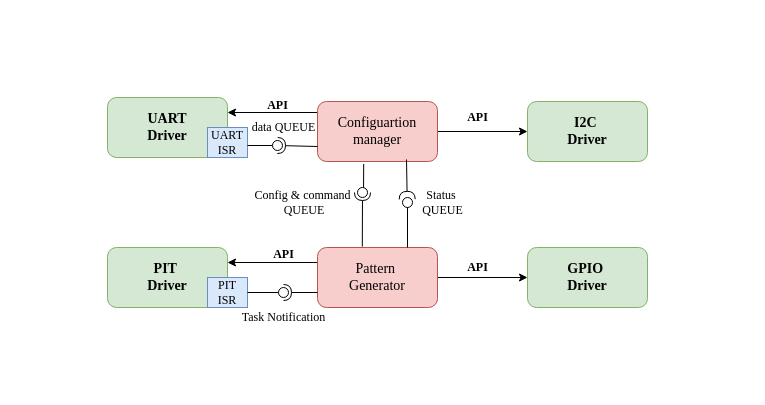
Before: page "Page-2" (2 of 2) of Aurora_block_diagram.drawio in francis-job/BLOCK_DIAGRAMS, a draw.io diagram. Source tidied: cells renumbered, new cells numbered last; positions are measured from the earlier drawing's top-left corner, leaving out a move shared by most shapes. Both pictures are drawn from the tidied source at 100%, with x=0, y=0 at pixel (107, 95).
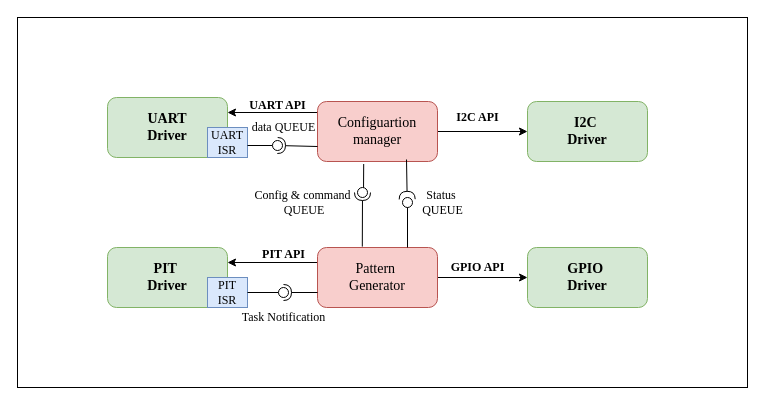
After the change.

What changed in the source:
```diff
@@
+    <mxCell id="35" style="rounded=0;whiteSpace=wrap;html=1;" parent="1" vertex="1">
+      <mxGeometry x="-90" y="-78" width="730" height="370" as="geometry" />
+    </mxCell>
@@
-    <mxCell id="31" value="&lt;b&gt;&lt;font face=&quot;Times New Roman&quot;&gt;API&lt;/font&gt;&lt;/b&gt;" style="text;html=1;align=center;verticalAlign=middle;" parent="1" vertex="1">
-      <mxGeometry x="150" width="40" height="20" as="geometry" />
+    <mxCell id="31" value="&lt;b&gt;&lt;font face=&quot;Times New Roman&quot;&gt;UART API&lt;/font&gt;&lt;/b&gt;" style="text;html=1;align=center;verticalAlign=middle;" parent="1" vertex="1">
+      <mxGeometry x="135" width="70" height="20" as="geometry" />
     </mxCell>
-    <mxCell id="32" value="&lt;b&gt;&lt;font face=&quot;Times New Roman&quot;&gt;API&lt;/font&gt;&lt;/b&gt;" style="text;html=1;align=center;verticalAlign=middle;" parent="1" vertex="1">
-      <mxGeometry x="350" y="12" width="40" height="20" as="geometry" />
+    <mxCell id="32" value="&lt;b&gt;&lt;font face=&quot;Times New Roman&quot;&gt;I2C API&lt;/font&gt;&lt;/b&gt;" style="text;html=1;align=center;verticalAlign=middle;" parent="1" vertex="1">
+      <mxGeometry x="340" y="12" width="60" height="20" as="geometry" />
     </mxCell>
-    <mxCell id="33" value="&lt;b&gt;&lt;font face=&quot;Times New Roman&quot;&gt;API&lt;/font&gt;&lt;/b&gt;" style="text;html=1;align=center;verticalAlign=middle;" parent="1" vertex="1">
-      <mxGeometry x="350" y="162" width="40" height="20" as="geometry" />
+    <mxCell id="33" value="&lt;b&gt;&lt;font face=&quot;Times New Roman&quot;&gt;GPIO API&lt;/font&gt;&lt;/b&gt;" style="text;html=1;align=center;verticalAlign=middle;" parent="1" vertex="1">
+      <mxGeometry x="335" y="162" width="70" height="20" as="geometry" />
     </mxCell>
-    <mxCell id="34" value="&lt;b&gt;&lt;font face=&quot;Times New Roman&quot;&gt;API&lt;/font&gt;&lt;/b&gt;" style="text;html=1;align=center;verticalAlign=middle;" parent="1" vertex="1">
-      <mxGeometry x="156" y="149" width="40" height="20" as="geometry" />
+    <mxCell id="34" value="&lt;b&gt;&lt;font face=&quot;Times New Roman&quot;&gt;PIT API&lt;/font&gt;&lt;/b&gt;" style="text;html=1;align=center;verticalAlign=middle;" parent="1" vertex="1">
+      <mxGeometry x="146" y="149" width="60" height="20" as="geometry" />
     </mxCell>
```
